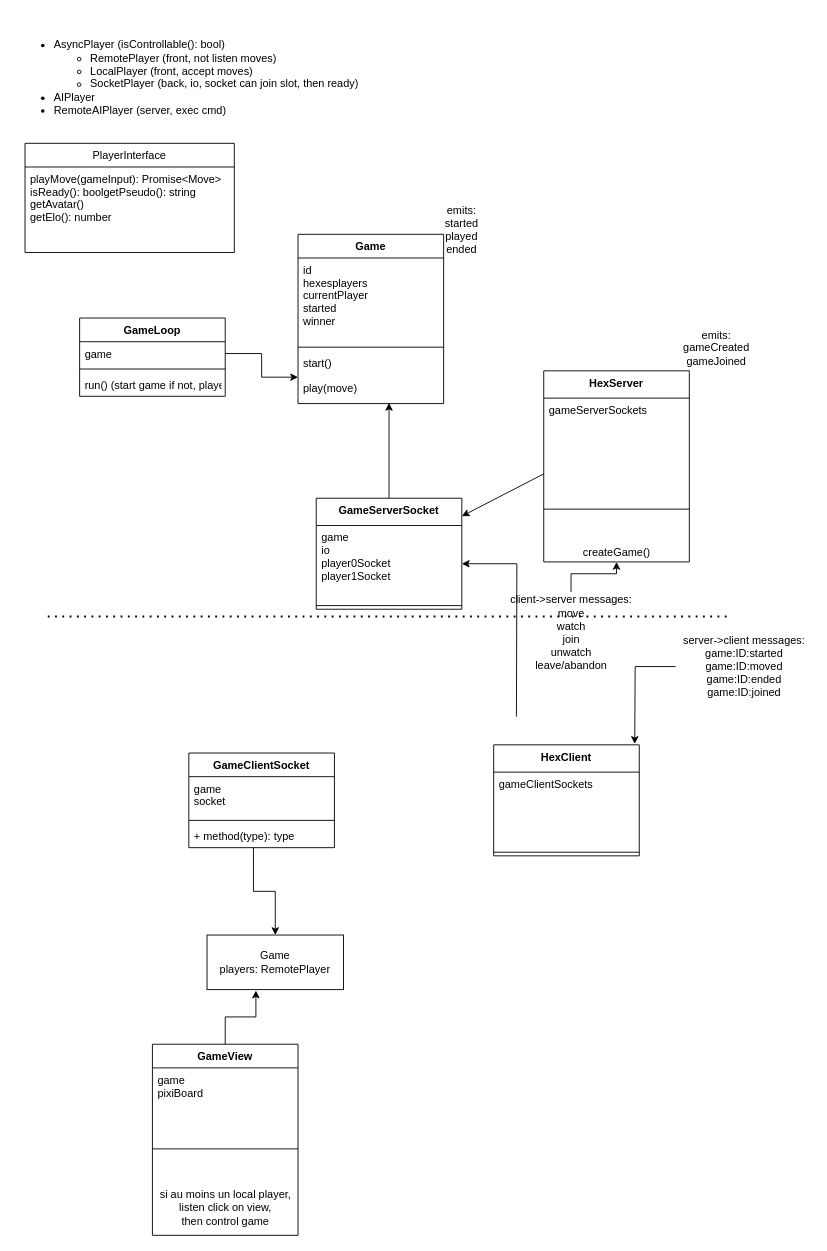
The draw.io diagram Diagramme sans nom.drawio in playhex/playhex, before the edit. Source tidied: cells renumbered, new cells numbered last; positions are measured from the earlier drawing's top-left corner, leaving out a move shared by most shapes. Both pictures are drawn from the tidied source at 91%, with x=0, y=0 at pixel (15, 15).
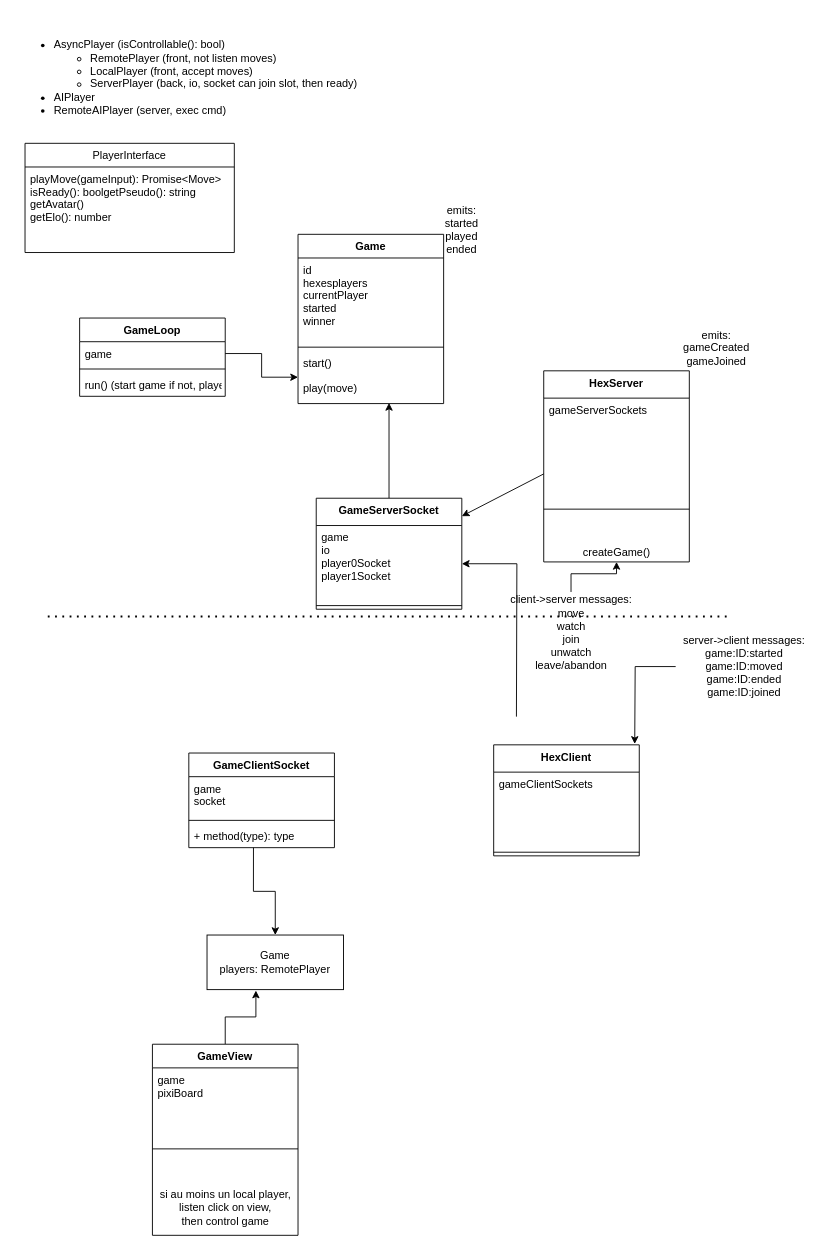
After the change.

Change to the diagram source:
```diff
@@
-    <mxCell id="35" value="&lt;div align=&quot;left&quot;&gt;&lt;ul&gt;&lt;li&gt;AsyncPlayer (isControllable(): bool)&lt;br&gt;&lt;/li&gt;&lt;ul&gt;&lt;li&gt;RemotePlayer (front, not listen moves)&lt;br&gt;&lt;/li&gt;&lt;li&gt;LocalPlayer (front, accept moves)&lt;/li&gt;&lt;li&gt;SocketPlayer (back, io, socket can join slot, then ready)&lt;br&gt;&lt;/li&gt;&lt;/ul&gt;&lt;li&gt;&lt;div&gt;AIPlayer&lt;/div&gt;&lt;/li&gt;&lt;li&gt;RemoteAIPlayer (server, exec cmd)&lt;br&gt;&lt;/li&gt;&lt;/ul&gt;&lt;/div&gt;&lt;div align=&quot;left&quot;&gt;&lt;br&gt;&lt;/div&gt;" style="text;html=1;align=left;verticalAlign=middle;strokeColor=none;fillColor=none;" parent="1" vertex="1">
+    <mxCell id="35" value="&lt;div align=&quot;left&quot;&gt;&lt;ul&gt;&lt;li&gt;AsyncPlayer (isControllable(): bool)&lt;br&gt;&lt;/li&gt;&lt;ul&gt;&lt;li&gt;RemotePlayer (front, not listen moves)&lt;br&gt;&lt;/li&gt;&lt;li&gt;LocalPlayer (front, accept moves)&lt;/li&gt;&lt;li&gt;ServerPlayer (back, io, socket can join slot, then ready)&lt;br&gt;&lt;/li&gt;&lt;/ul&gt;&lt;li&gt;&lt;div&gt;AIPlayer&lt;/div&gt;&lt;/li&gt;&lt;li&gt;RemoteAIPlayer (server, exec cmd)&lt;br&gt;&lt;/li&gt;&lt;/ul&gt;&lt;/div&gt;&lt;div align=&quot;left&quot;&gt;&lt;br&gt;&lt;/div&gt;" style="text;html=1;align=left;verticalAlign=middle;strokeColor=none;fillColor=none;" parent="1" vertex="1">
       <mxGeometry width="400" height="150" as="geometry" />
     </mxCell>
```
